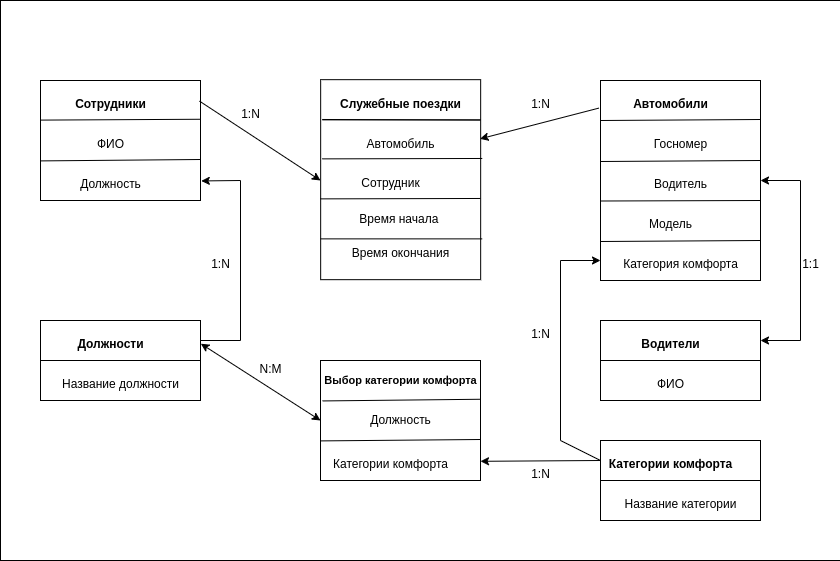
Before: diagram.png, a diagram exported from draw.io (hallernsk/bitrix). Source tidied: cells renumbered, new cells last; positions are measured from the earlier drawing's top-left corner, leaving out a move shared by most shapes. Its diagram source:
```xml
<mxGraphModel>
  <root>
    <mxCell id="0" />
    <mxCell id="1" parent="0" />
    <mxCell id="2" style="rounded=0;whiteSpace=wrap;html=1;" parent="1" vertex="1">
      <mxGeometry width="840" height="560" as="geometry" />
    </mxCell>
    <mxCell id="3" style="rounded=0;whiteSpace=wrap;html=1;fontStyle=1;" parent="1" vertex="1">
      <mxGeometry x="320.2" y="79.2" width="160" height="200" as="geometry" />
    </mxCell>
    <mxCell id="4" style="rounded=0;whiteSpace=wrap;html=1;" parent="1" vertex="1">
      <mxGeometry x="40" y="80" width="160" height="120" as="geometry" />
    </mxCell>
    <mxCell id="5" style="endArrow=none;html=1;rounded=0;entryX=0.999;entryY=0.323;entryDx=0;entryDy=0;exitX=0;exitY=0.33;exitDx=0;exitDy=0;exitPerimeter=0;entryPerimeter=0;" parent="1" edge="1" source="4" target="4">
      <mxGeometry relative="1" as="geometry" />
    </mxCell>
    <mxCell id="6" value="&lt;font style=&quot;font-size: 12px; font-weight: normal;&quot;&gt;ФИО&lt;/font&gt;" style="text;strokeColor=none;fillColor=none;html=1;fontSize=24;fontStyle=1;verticalAlign=middle;align=center;" parent="1" vertex="1">
      <mxGeometry x="60" y="130" width="100" height="20" as="geometry" />
    </mxCell>
    <mxCell id="7" value="&lt;font style=&quot;font-size: 12px; font-weight: normal;&quot;&gt;Должность&lt;/font&gt;" style="text;strokeColor=none;fillColor=none;html=1;fontSize=24;fontStyle=1;verticalAlign=middle;align=center;" parent="1" vertex="1">
      <mxGeometry x="60" y="170" width="100" height="20" as="geometry" />
    </mxCell>
    <mxCell id="8" style="endArrow=none;html=1;rounded=0;exitX=0.002;exitY=0.67;exitDx=0;exitDy=0;exitPerimeter=0;" parent="1" edge="1" source="4">
      <mxGeometry relative="1" as="geometry">
        <mxPoint x="200" y="159" as="targetPoint" />
      </mxGeometry>
    </mxCell>
    <mxCell id="9" style="rounded=0;whiteSpace=wrap;html=1;" parent="1" vertex="1">
      <mxGeometry x="600" y="80" width="160" height="200" as="geometry" />
    </mxCell>
    <mxCell id="10" value="&lt;font style=&quot;font-size: 12px;&quot;&gt;Сотрудники&lt;/font&gt;" style="text;strokeColor=none;fillColor=none;html=1;fontSize=24;fontStyle=1;verticalAlign=middle;align=center;" parent="1" vertex="1">
      <mxGeometry x="60" y="90" width="100" height="20" as="geometry" />
    </mxCell>
    <mxCell id="11" value="&lt;font style=&quot;font-size: 12px;&quot;&gt;Автомобили&lt;/font&gt;" style="text;strokeColor=none;fillColor=none;html=1;fontSize=24;fontStyle=1;verticalAlign=middle;align=center;" parent="1" vertex="1">
      <mxGeometry x="620" y="90" width="100" height="20" as="geometry" />
    </mxCell>
    <mxCell id="12" value="&lt;font style=&quot;font-size: 12px; font-weight: normal;&quot;&gt;Госномер&lt;/font&gt;" style="text;strokeColor=none;fillColor=none;html=1;fontSize=24;fontStyle=1;verticalAlign=middle;align=center;" parent="1" vertex="1">
      <mxGeometry x="630" y="130" width="100" height="20" as="geometry" />
    </mxCell>
    <mxCell id="13" value="&lt;font style=&quot;font-size: 12px; font-weight: normal;&quot;&gt;Водитель&lt;/font&gt;" style="text;strokeColor=none;fillColor=none;html=1;fontSize=24;fontStyle=1;verticalAlign=middle;align=center;" parent="1" vertex="1">
      <mxGeometry x="630" y="170" width="100" height="20" as="geometry" />
    </mxCell>
    <mxCell id="14" value="&lt;font style=&quot;font-size: 12px; font-weight: normal;&quot;&gt;Модель&lt;/font&gt;" style="text;strokeColor=none;fillColor=none;html=1;fontSize=24;fontStyle=1;verticalAlign=middle;align=center;" parent="1" vertex="1">
      <mxGeometry x="620" y="210" width="100" height="20" as="geometry" />
    </mxCell>
    <mxCell id="15" value="&lt;font style=&quot;font-size: 12px; font-weight: normal;&quot;&gt;Категория комфорта&lt;/font&gt;" style="text;strokeColor=none;fillColor=none;html=1;fontSize=24;fontStyle=1;verticalAlign=middle;align=center;" parent="1" vertex="1">
      <mxGeometry x="630" y="250" width="100" height="20" as="geometry" />
    </mxCell>
    <mxCell id="16" style="rounded=0;whiteSpace=wrap;html=1;" parent="1" vertex="1">
      <mxGeometry x="40" y="320" width="160" height="80" as="geometry" />
    </mxCell>
    <mxCell id="17" style="endArrow=none;html=1;rounded=0;exitX=0;exitY=0.5;exitDx=0;exitDy=0;entryX=1;entryY=0.5;entryDx=0;entryDy=0;" parent="1" edge="1" source="16" target="16">
      <mxGeometry relative="1" as="geometry" />
    </mxCell>
    <mxCell id="18" value="&lt;font style=&quot;font-size: 12px;&quot;&gt;Должности&lt;/font&gt;" style="text;strokeColor=none;fillColor=none;html=1;fontSize=24;fontStyle=1;verticalAlign=middle;align=center;" parent="1" vertex="1">
      <mxGeometry x="60" y="330" width="100" height="20" as="geometry" />
    </mxCell>
    <mxCell id="19" value="&lt;font style=&quot;font-size: 12px; font-weight: normal;&quot;&gt;Название должности&lt;/font&gt;" style="text;strokeColor=none;fillColor=none;html=1;fontSize=24;fontStyle=1;verticalAlign=middle;align=center;" parent="1" vertex="1">
      <mxGeometry x="70" y="370" width="100" height="20" as="geometry" />
    </mxCell>
    <mxCell id="20" style="rounded=0;whiteSpace=wrap;html=1;" parent="1" vertex="1">
      <mxGeometry x="600" y="440" width="160" height="80" as="geometry" />
    </mxCell>
    <mxCell id="21" style="endArrow=none;html=1;rounded=0;exitX=0;exitY=0.5;exitDx=0;exitDy=0;entryX=1;entryY=0.5;entryDx=0;entryDy=0;" parent="1" edge="1" source="20" target="20">
      <mxGeometry relative="1" as="geometry" />
    </mxCell>
    <mxCell id="22" value="&lt;font style=&quot;font-size: 12px;&quot;&gt;Категории комфорта&lt;/font&gt;" style="text;strokeColor=none;fillColor=none;html=1;fontSize=24;fontStyle=1;verticalAlign=middle;align=center;" parent="1" vertex="1">
      <mxGeometry x="620" y="450" width="100" height="20" as="geometry" />
    </mxCell>
    <mxCell id="23" value="&lt;font style=&quot;font-size: 12px; font-weight: normal;&quot;&gt;Название категории&lt;/font&gt;" style="text;strokeColor=none;fillColor=none;html=1;fontSize=24;fontStyle=1;verticalAlign=middle;align=center;" parent="1" vertex="1">
      <mxGeometry x="630" y="490" width="100" height="20" as="geometry" />
    </mxCell>
    <mxCell id="24" style="endArrow=none;html=1;rounded=0;exitX=0.002;exitY=0.836;exitDx=0;exitDy=0;exitPerimeter=0;" parent="1" edge="1">
      <mxGeometry relative="1" as="geometry">
        <mxPoint x="600" y="241" as="sourcePoint" />
        <mxPoint x="760" y="240" as="targetPoint" />
      </mxGeometry>
    </mxCell>
    <mxCell id="25" style="endArrow=none;html=1;rounded=0;exitX=0.002;exitY=0.836;exitDx=0;exitDy=0;exitPerimeter=0;" parent="1" edge="1">
      <mxGeometry relative="1" as="geometry">
        <mxPoint x="600" y="200.5" as="sourcePoint" />
        <mxPoint x="760" y="200" as="targetPoint" />
      </mxGeometry>
    </mxCell>
    <mxCell id="26" style="endArrow=none;html=1;rounded=0;exitX=0.002;exitY=0.836;exitDx=0;exitDy=0;exitPerimeter=0;" parent="1" edge="1">
      <mxGeometry relative="1" as="geometry">
        <mxPoint x="600" y="161" as="sourcePoint" />
        <mxPoint x="760" y="160" as="targetPoint" />
      </mxGeometry>
    </mxCell>
    <mxCell id="27" style="endArrow=none;html=1;rounded=0;exitX=0.002;exitY=0.836;exitDx=0;exitDy=0;exitPerimeter=0;" parent="1" edge="1">
      <mxGeometry relative="1" as="geometry">
        <mxPoint x="600" y="120" as="sourcePoint" />
        <mxPoint x="760" y="119" as="targetPoint" />
      </mxGeometry>
    </mxCell>
    <mxCell id="28" style="endArrow=none;html=1;rounded=0;exitX=0.01;exitY=0.199;exitDx=0;exitDy=0;exitPerimeter=0;entryX=0.999;entryY=0.202;entryDx=0;entryDy=0;entryPerimeter=0;" parent="1" edge="1" source="3" target="3">
      <mxGeometry relative="1" as="geometry" />
    </mxCell>
    <mxCell id="29" style="endArrow=none;html=1;rounded=0;exitX=0.01;exitY=0.396;exitDx=0;exitDy=0;exitPerimeter=0;entryX=1.01;entryY=0.394;entryDx=0;entryDy=0;entryPerimeter=0;" parent="1" edge="1" source="3" target="3">
      <mxGeometry relative="1" as="geometry" />
    </mxCell>
    <mxCell id="30" style="endArrow=none;html=1;rounded=0;exitX=-0.001;exitY=0.596;exitDx=0;exitDy=0;exitPerimeter=0;entryX=0.999;entryY=0.594;entryDx=0;entryDy=0;entryPerimeter=0;" parent="1" edge="1" source="3" target="3">
      <mxGeometry relative="1" as="geometry" />
    </mxCell>
    <mxCell id="31" style="edgeStyle=orthogonalEdgeStyle;rounded=0;orthogonalLoop=1;jettySize=auto;html=1;exitX=0.5;exitY=1;exitDx=0;exitDy=0;" parent="1" edge="1" source="3" target="3">
      <mxGeometry relative="1" as="geometry" />
    </mxCell>
    <mxCell id="32" style="endArrow=none;html=1;rounded=0;exitX=-0.001;exitY=0.796;exitDx=0;exitDy=0;exitPerimeter=0;entryX=1.01;entryY=0.796;entryDx=0;entryDy=0;entryPerimeter=0;" parent="1" edge="1" source="3" target="3">
      <mxGeometry relative="1" as="geometry" />
    </mxCell>
    <mxCell id="33" style="endArrow=none;html=1;rounded=0;entryX=1;entryY=0.201;entryDx=0;entryDy=0;entryPerimeter=0;exitX=0.01;exitY=0.201;exitDx=0;exitDy=0;exitPerimeter=0;" parent="1" edge="1" source="3" target="3">
      <mxGeometry relative="1" as="geometry" />
    </mxCell>
    <mxCell id="34" value="&lt;font style=&quot;font-size: 12px;&quot;&gt;Автомобиль&lt;/font&gt;" style="text;strokeColor=none;fillColor=none;html=1;fontSize=24;fontStyle=0;verticalAlign=middle;align=center;" parent="1" vertex="1">
      <mxGeometry x="350" y="130" width="100" height="20" as="geometry" />
    </mxCell>
    <mxCell id="35" value="&lt;font style=&quot;font-size: 12px; font-weight: normal;&quot;&gt;Время начала&amp;nbsp;&lt;/font&gt;&lt;div&gt;&lt;font style=&quot;font-size: 12px; font-weight: normal;&quot;&gt;&lt;br&gt;&lt;/font&gt;&lt;/div&gt;" style="text;strokeColor=none;fillColor=none;html=1;fontSize=24;fontStyle=1;verticalAlign=middle;align=center;" parent="1" vertex="1">
      <mxGeometry x="350.2" y="219.2" width="100" height="20" as="geometry" />
    </mxCell>
    <mxCell id="36" value="&lt;font style=&quot;font-size: 12px; font-weight: normal;&quot;&gt;Время окончания&lt;/font&gt;" style="text;strokeColor=none;fillColor=none;html=1;fontSize=24;fontStyle=1;verticalAlign=middle;align=center;" parent="1" vertex="1">
      <mxGeometry x="350.2" y="239.2" width="100" height="20" as="geometry" />
    </mxCell>
    <mxCell id="37" value="&lt;font style=&quot;font-size: 12px;&quot;&gt;Служебные поездки&lt;/font&gt;" style="text;strokeColor=none;fillColor=none;html=1;fontSize=24;fontStyle=1;verticalAlign=middle;align=center;" parent="1" vertex="1">
      <mxGeometry x="350.2" y="90" width="100" height="20" as="geometry" />
    </mxCell>
    <mxCell id="38" value="&lt;font style=&quot;font-size: 12px; font-weight: normal;&quot;&gt;Сотрудник&lt;/font&gt;" style="text;strokeColor=none;fillColor=none;html=1;fontSize=24;fontStyle=1;verticalAlign=middle;align=center;" parent="1" vertex="1">
      <mxGeometry x="340" y="169.2" width="100" height="20" as="geometry" />
    </mxCell>
    <mxCell id="39" style="endArrow=classic;html=1;rounded=0;entryX=1;entryY=0.84;entryDx=0;entryDy=0;entryPerimeter=0;" parent="1" edge="1" target="41">
      <mxGeometry relative="1" as="geometry">
        <mxPoint x="600" y="460" as="sourcePoint" />
      </mxGeometry>
    </mxCell>
    <mxCell id="40" value="&lt;span style=&quot;font-size: 12px; font-weight: 400;&quot;&gt;N:M&lt;/span&gt;" style="text;strokeColor=none;fillColor=none;html=1;fontSize=24;fontStyle=1;verticalAlign=middle;align=center;" parent="1" vertex="1">
      <mxGeometry x="220" y="355" width="100" height="20" as="geometry" />
    </mxCell>
    <mxCell id="41" style="rounded=0;whiteSpace=wrap;html=1;" parent="1" vertex="1">
      <mxGeometry x="320" y="360" width="160" height="120" as="geometry" />
    </mxCell>
    <mxCell id="42" style="endArrow=none;html=1;rounded=0;entryX=0.999;entryY=0.323;entryDx=0;entryDy=0;exitX=0.013;exitY=0.337;exitDx=0;exitDy=0;exitPerimeter=0;entryPerimeter=0;" parent="1" edge="1" source="41" target="41">
      <mxGeometry relative="1" as="geometry" />
    </mxCell>
    <mxCell id="43" value="&lt;font style=&quot;font-size: 12px; font-weight: normal;&quot;&gt;Должность&lt;/font&gt;&lt;div&gt;&lt;font style=&quot;font-size: 12px; font-weight: normal;&quot;&gt;&lt;br&gt;&lt;/font&gt;&lt;/div&gt;" style="text;strokeColor=none;fillColor=none;html=1;fontSize=24;fontStyle=1;verticalAlign=middle;align=center;" parent="1" vertex="1">
      <mxGeometry x="350" y="420" width="100" height="20" as="geometry" />
    </mxCell>
    <mxCell id="44" value="&lt;font style=&quot;font-size: 12px; font-weight: normal;&quot;&gt;Категории комфорта&lt;/font&gt;" style="text;strokeColor=none;fillColor=none;html=1;fontSize=24;fontStyle=1;verticalAlign=middle;align=center;" parent="1" vertex="1">
      <mxGeometry x="340" y="450" width="100" height="20" as="geometry" />
    </mxCell>
    <mxCell id="45" style="endArrow=none;html=1;rounded=0;exitX=0.002;exitY=0.67;exitDx=0;exitDy=0;exitPerimeter=0;" parent="1" edge="1" source="41">
      <mxGeometry relative="1" as="geometry">
        <mxPoint x="480" y="439" as="targetPoint" />
      </mxGeometry>
    </mxCell>
    <mxCell id="46" value="&lt;font style=&quot;font-size: 11px;&quot;&gt;Выбор категории комфорта&lt;/font&gt;&lt;div&gt;&lt;font style=&quot;font-size: 12px;&quot;&gt;&lt;br&gt;&lt;/font&gt;&lt;/div&gt;" style="text;strokeColor=none;fillColor=none;html=1;fontSize=24;fontStyle=1;verticalAlign=middle;align=center;" parent="1" vertex="1">
      <mxGeometry x="350.2" y="380" width="100" height="20" as="geometry" />
    </mxCell>
    <mxCell id="47" style="endArrow=classic;startArrow=classic;html=1;rounded=0;entryX=1.002;entryY=0.29;entryDx=0;entryDy=0;entryPerimeter=0;" parent="1" edge="1" target="16">
      <mxGeometry relative="1" as="geometry">
        <mxPoint x="320" y="420" as="sourcePoint" />
      </mxGeometry>
    </mxCell>
    <mxCell id="48" style="endArrow=classic;html=1;rounded=0;entryX=1.005;entryY=0.837;entryDx=0;entryDy=0;entryPerimeter=0;" parent="1" edge="1" target="4">
      <mxGeometry relative="1" as="geometry">
        <mxPoint x="200" y="340" as="sourcePoint" />
        <Array as="points">
          <mxPoint x="240" y="340" />
          <mxPoint x="240" y="180" />
        </Array>
      </mxGeometry>
    </mxCell>
    <mxCell id="49" style="endArrow=classic;html=1;rounded=0;exitX=0;exitY=0.25;exitDx=0;exitDy=0;entryX=0;entryY=0.9;entryDx=0;entryDy=0;entryPerimeter=0;" parent="1" edge="1" source="20" target="9">
      <mxGeometry relative="1" as="geometry">
        <Array as="points">
          <mxPoint x="560" y="440" />
          <mxPoint x="560" y="260" />
        </Array>
      </mxGeometry>
    </mxCell>
    <mxCell id="50" style="endArrow=classic;html=1;rounded=0;exitX=-0.01;exitY=0.138;exitDx=0;exitDy=0;exitPerimeter=0;entryX=0.996;entryY=0.296;entryDx=0;entryDy=0;entryPerimeter=0;" parent="1" edge="1" source="9" target="3">
      <mxGeometry relative="1" as="geometry" />
    </mxCell>
    <mxCell id="51" style="endArrow=classic;html=1;rounded=0;exitX=0.994;exitY=0.172;exitDx=0;exitDy=0;exitPerimeter=0;" parent="1" edge="1" source="4">
      <mxGeometry relative="1" as="geometry">
        <mxPoint x="320" y="180" as="targetPoint" />
      </mxGeometry>
    </mxCell>
    <mxCell id="52" value="&lt;span style=&quot;font-size: 12px; font-weight: 400;&quot;&gt;1:N&lt;/span&gt;" style="text;strokeColor=none;fillColor=none;html=1;fontSize=24;fontStyle=1;verticalAlign=middle;align=center;" parent="1" vertex="1">
      <mxGeometry x="170" y="250" width="100" height="20" as="geometry" />
    </mxCell>
    <mxCell id="53" value="&lt;span style=&quot;font-size: 12px; font-weight: 400;&quot;&gt;1:N&lt;/span&gt;" style="text;strokeColor=none;fillColor=none;html=1;fontSize=24;fontStyle=1;verticalAlign=middle;align=center;" parent="1" vertex="1">
      <mxGeometry x="200" y="100" width="100" height="20" as="geometry" />
    </mxCell>
    <mxCell id="54" value="&lt;span style=&quot;font-size: 12px; font-weight: 400;&quot;&gt;1:N&lt;/span&gt;" style="text;strokeColor=none;fillColor=none;html=1;fontSize=24;fontStyle=1;verticalAlign=middle;align=center;" parent="1" vertex="1">
      <mxGeometry x="490" y="90" width="100" height="20" as="geometry" />
    </mxCell>
    <mxCell id="55" value="&lt;span style=&quot;font-size: 12px; font-weight: 400;&quot;&gt;1:N&lt;/span&gt;" style="text;strokeColor=none;fillColor=none;html=1;fontSize=24;fontStyle=1;verticalAlign=middle;align=center;" parent="1" vertex="1">
      <mxGeometry x="490" y="320" width="100" height="20" as="geometry" />
    </mxCell>
    <mxCell id="56" value="&lt;span style=&quot;font-size: 12px; font-weight: 400;&quot;&gt;1:N&lt;/span&gt;" style="text;strokeColor=none;fillColor=none;html=1;fontSize=24;fontStyle=1;verticalAlign=middle;align=center;" parent="1" vertex="1">
      <mxGeometry x="490" y="460" width="100" height="20" as="geometry" />
    </mxCell>
    <mxCell id="57" style="rounded=0;whiteSpace=wrap;html=1;" parent="1" vertex="1">
      <mxGeometry x="600" y="320" width="160" height="80" as="geometry" />
    </mxCell>
    <mxCell id="58" style="endArrow=none;html=1;rounded=0;exitX=0;exitY=0.5;exitDx=0;exitDy=0;entryX=1;entryY=0.5;entryDx=0;entryDy=0;" parent="1" edge="1" source="57" target="57">
      <mxGeometry relative="1" as="geometry" />
    </mxCell>
    <mxCell id="59" value="&lt;span style=&quot;font-size: 12px;&quot;&gt;Водители&lt;/span&gt;" style="text;strokeColor=none;fillColor=none;html=1;fontSize=24;fontStyle=1;verticalAlign=middle;align=center;" parent="1" vertex="1">
      <mxGeometry x="620" y="330" width="100" height="20" as="geometry" />
    </mxCell>
    <mxCell id="60" value="&lt;font style=&quot;font-size: 12px; font-weight: normal;&quot;&gt;ФИО&lt;/font&gt;" style="text;strokeColor=none;fillColor=none;html=1;fontSize=24;fontStyle=1;verticalAlign=middle;align=center;" parent="1" vertex="1">
      <mxGeometry x="620" y="370" width="100" height="20" as="geometry" />
    </mxCell>
    <mxCell id="61" style="endArrow=classic;startArrow=classic;html=1;rounded=0;entryX=1;entryY=0.5;entryDx=0;entryDy=0;exitX=1;exitY=0.25;exitDx=0;exitDy=0;" parent="1" edge="1" source="57" target="9">
      <mxGeometry relative="1" as="geometry">
        <Array as="points">
          <mxPoint x="800" y="340" />
          <mxPoint x="800" y="180" />
        </Array>
      </mxGeometry>
    </mxCell>
    <mxCell id="62" value="&lt;span style=&quot;font-size: 12px; font-weight: 400;&quot;&gt;1:1&lt;/span&gt;" style="text;strokeColor=none;fillColor=none;html=1;fontSize=24;fontStyle=1;verticalAlign=middle;align=center;" parent="1" vertex="1">
      <mxGeometry x="760" y="250" width="100" height="20" as="geometry" />
    </mxCell>
  </root>
</mxGraphModel>
```
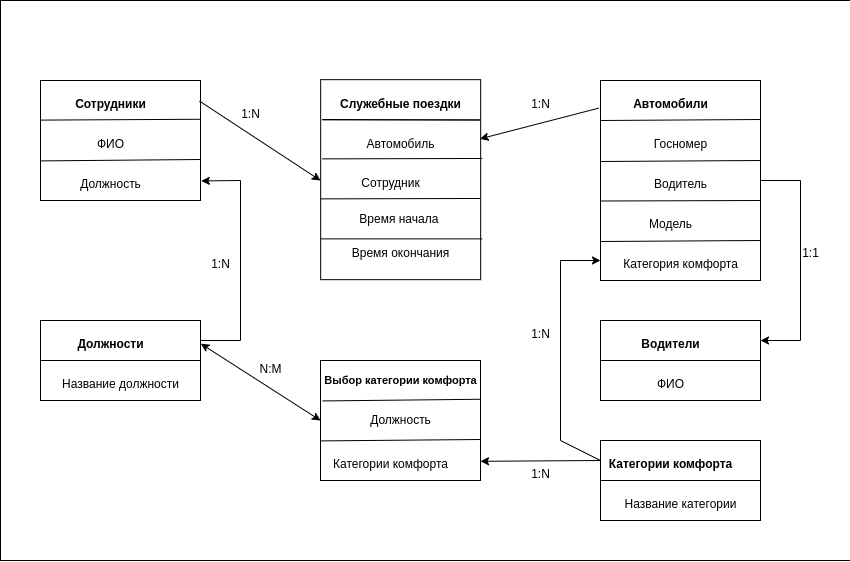
Later version of the same file.

The edit, as a diff of the source:
```diff
@@ -3,7 +3,7 @@
     <mxCell id="0" />
     <mxCell id="1" parent="0" />
     <mxCell id="2" style="rounded=0;whiteSpace=wrap;html=1;" parent="1" vertex="1">
-      <mxGeometry width="840" height="560" as="geometry" />
+      <mxGeometry width="850" height="560" as="geometry" />
     </mxCell>
     <mxCell id="3" style="rounded=0;whiteSpace=wrap;html=1;fontStyle=1;" parent="1" vertex="1">
       <mxGeometry x="320.2" y="79.2" width="160" height="200" as="geometry" />
@@ -212,16 +212,16 @@
     <mxCell id="60" value="&lt;font style=&quot;font-size: 12px; font-weight: normal;&quot;&gt;ФИО&lt;/font&gt;" style="text;strokeColor=none;fillColor=none;html=1;fontSize=24;fontStyle=1;verticalAlign=middle;align=center;" parent="1" vertex="1">
       <mxGeometry x="620" y="370" width="100" height="20" as="geometry" />
     </mxCell>
-    <mxCell id="61" style="endArrow=classic;startArrow=classic;html=1;rounded=0;entryX=1;entryY=0.5;entryDx=0;entryDy=0;exitX=1;exitY=0.25;exitDx=0;exitDy=0;" parent="1" edge="1" source="57" target="9">
-      <mxGeometry relative="1" as="geometry">
-        <Array as="points">
-          <mxPoint x="800" y="340" />
-          <mxPoint x="800" y="180" />
-        </Array>
-      </mxGeometry>
-    </mxCell>
     <mxCell id="62" value="&lt;span style=&quot;font-size: 12px; font-weight: 400;&quot;&gt;1:1&lt;/span&gt;" style="text;strokeColor=none;fillColor=none;html=1;fontSize=24;fontStyle=1;verticalAlign=middle;align=center;" parent="1" vertex="1">
-      <mxGeometry x="760" y="250" width="100" height="20" as="geometry" />
+      <mxGeometry x="760" y="239.2" width="100" height="20" as="geometry" />
     </mxCell>
+    <mxCell id="63" style="endArrow=classic;html=1;rounded=0;exitX=1;exitY=0.5;exitDx=0;exitDy=0;entryX=1;entryY=0.25;entryDx=0;entryDy=0;" parent="1" edge="1" source="9" target="57">
+      <mxGeometry relative="1" as="geometry">
+        <Array as="points">
+          <mxPoint x="800" y="180" />
+          <mxPoint x="800" y="340" />
+        </Array>
+      </mxGeometry>
+    </mxCell>
   </root>
 </mxGraphModel>
```
